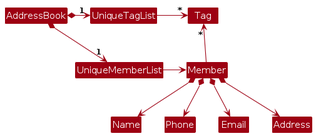
Above: diagrams/BetterModelClassDiagram.png in AY2425S1-CS2103T-W14-3/tp (PlantUML), before the change. Its source is kept beside it as diagrams/BetterModelClassDiagram.puml.
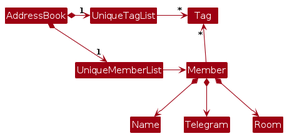
Above is the later version.

Diff of the diagram source:
```diff
@@ -15,7 +15,6 @@
 Member -up-> "*" Tag
 
 Member *--> Name
-Member *--> Phone
-Member *--> Email
-Member *--> Address
+Member *--> Telegram
+Member *--> Room
 @enduml
```
